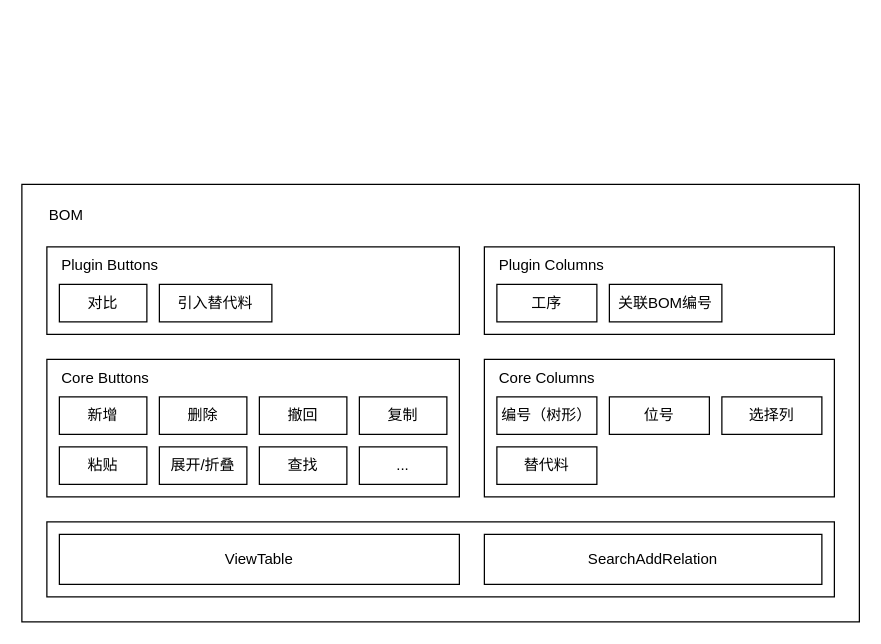
The draw.io diagram page "第 4 页" (4 of 4) of SAAS PLM.drawio in SikyChen/diagrams, before the edit. Source tidied: cells renumbered, new cells numbered last; positions are measured from the earlier drawing's top-left corner, leaving out a move shared by most shapes. Both pictures are drawn from the tidied source at 125%, with x=0, y=0 at pixel (21, 184).
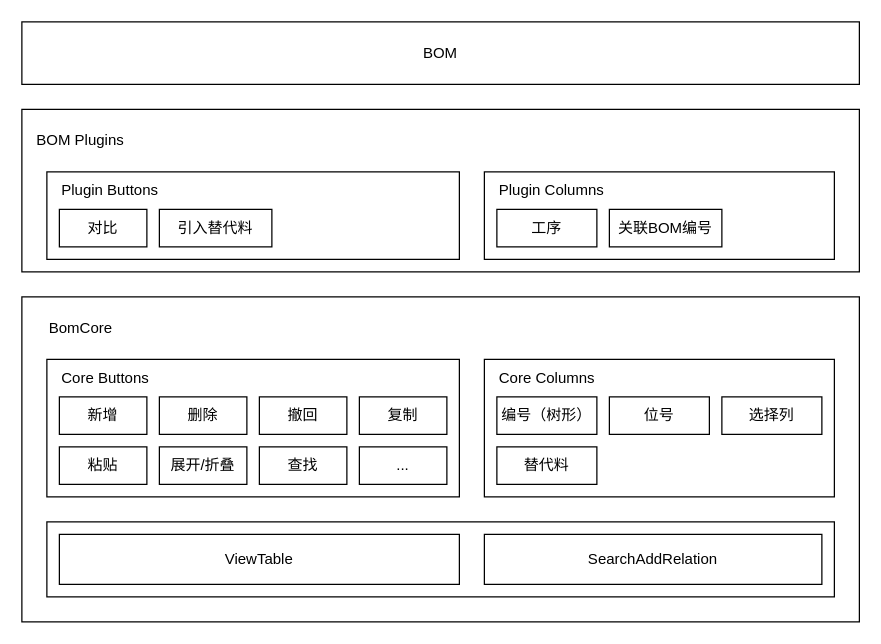
Above is the later version.

Diff of the diagram source:
```diff
@@
+    <mxCell id="31" style="rounded=0;whiteSpace=wrap;html=1;" parent="1" vertex="1">
+      <mxGeometry y="-60" width="670" height="130" as="geometry" />
+    </mxCell>
     <mxCell id="2" style="rounded=0;whiteSpace=wrap;html=1;" parent="1" vertex="1">
-      <mxGeometry width="670" height="350" as="geometry" />
+      <mxGeometry y="90" width="670" height="260" as="geometry" />
     </mxCell>
@@
     <mxCell id="20" style="rounded=0;whiteSpace=wrap;html=1;labelPosition=center;verticalLabelPosition=middle;align=center;verticalAlign=middle;" parent="1" vertex="1">
-      <mxGeometry x="20" y="50" width="330" height="70" as="geometry" />
+      <mxGeometry x="20" y="-10" width="330" height="70" as="geometry" />
     </mxCell>
     <mxCell id="21" value="对比" style="rounded=0;whiteSpace=wrap;html=1;" parent="1" vertex="1">
-      <mxGeometry x="30" y="80" width="70" height="30" as="geometry" />
+      <mxGeometry x="30" y="20" width="70" height="30" as="geometry" />
     </mxCell>
     <mxCell id="22" value="Plugin Buttons" style="text;html=1;align=left;verticalAlign=middle;whiteSpace=wrap;rounded=0;spacingLeft=10;" parent="1" vertex="1">
-      <mxGeometry x="20" y="50" width="120" height="30" as="geometry" />
+      <mxGeometry x="20" y="-10" width="120" height="30" as="geometry" />
     </mxCell>
     <mxCell id="23" style="rounded=0;whiteSpace=wrap;html=1;labelPosition=center;verticalLabelPosition=middle;align=center;verticalAlign=middle;" parent="1" vertex="1">
-      <mxGeometry x="370" y="50" width="280" height="70" as="geometry" />
+      <mxGeometry x="370" y="-10" width="280" height="70" as="geometry" />
     </mxCell>
     <mxCell id="24" value="Plugin Columns" style="text;html=1;align=left;verticalAlign=middle;whiteSpace=wrap;rounded=0;spacingLeft=10;" parent="1" vertex="1">
-      <mxGeometry x="370" y="50" width="120" height="30" as="geometry" />
+      <mxGeometry x="370" y="-10" width="120" height="30" as="geometry" />
     </mxCell>
     <mxCell id="25" value="工序" style="rounded=0;whiteSpace=wrap;html=1;" parent="1" vertex="1">
-      <mxGeometry x="380" y="80" width="80" height="30" as="geometry" />
+      <mxGeometry x="380" y="20" width="80" height="30" as="geometry" />
     </mxCell>
     <mxCell id="26" value="关联BOM编号" style="rounded=0;whiteSpace=wrap;html=1;" parent="1" vertex="1">
-      <mxGeometry x="470" y="80" width="90" height="30" as="geometry" />
+      <mxGeometry x="470" y="20" width="90" height="30" as="geometry" />
     </mxCell>
     <mxCell id="27" value="引入替代料" style="rounded=0;whiteSpace=wrap;html=1;" parent="1" vertex="1">
-      <mxGeometry x="110" y="80" width="90" height="30" as="geometry" />
+      <mxGeometry x="110" y="20" width="90" height="30" as="geometry" />
     </mxCell>
-    <mxCell id="28" value="BOM" style="text;html=1;align=left;verticalAlign=middle;whiteSpace=wrap;rounded=0;spacingLeft=10;" parent="1" vertex="1">
-      <mxGeometry x="10" y="10" width="120" height="30" as="geometry" />
-    </mxCell>
@@
+    <mxCell id="32" value="BomCore" style="text;html=1;align=left;verticalAlign=middle;whiteSpace=wrap;rounded=0;spacingLeft=10;" parent="1" vertex="1">
+      <mxGeometry x="10" y="100" width="120" height="30" as="geometry" />
+    </mxCell>
+    <mxCell id="33" value="BOM Plugins" style="text;html=1;align=left;verticalAlign=middle;whiteSpace=wrap;rounded=0;spacingLeft=10;" parent="1" vertex="1">
+      <mxGeometry y="-50" width="120" height="30" as="geometry" />
+    </mxCell>
+    <mxCell id="28" value="BOM" style="rounded=0;whiteSpace=wrap;html=1;" parent="1" vertex="1">
+      <mxGeometry y="-130" width="670" height="50" as="geometry" />
+    </mxCell>
```
